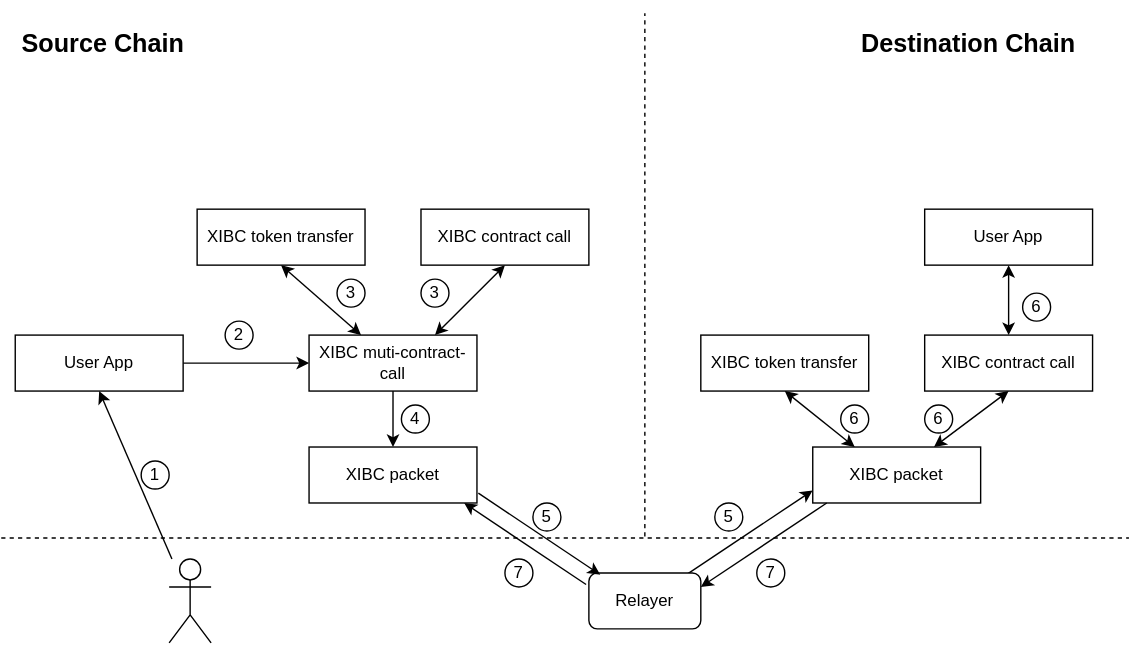
Above: intro/rcc-with-transfer.svg in teleport-network/teleport-documents (draw.io), before the change. Source tidied: cells renumbered, new cells last; positions are measured from the earlier drawing's top-left corner, leaving out a move shared by most shapes.
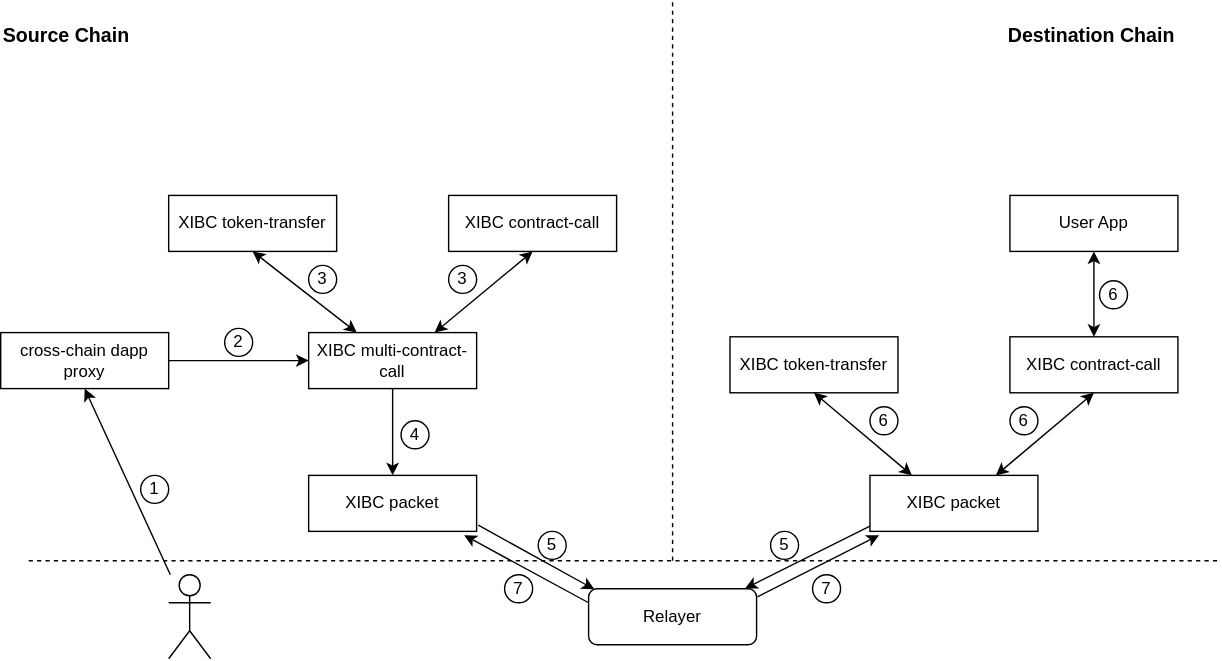
The same diagram one commit later.

Change to the diagram source:
```diff
@@ -2,140 +2,128 @@
   <root>
     <mxCell id="0" />
     <mxCell id="1" parent="0" />
-    <mxCell id="2" style="endArrow=none;dashed=1;html=1;" parent="1" edge="1">
-      <mxGeometry relative="1" as="geometry">
-        <mxPoint y="375" as="sourcePoint" />
-        <mxPoint x="806" y="375" as="targetPoint" />
-      </mxGeometry>
+    <mxCell id="2" value="cross-chain dapp proxy" style="rounded=0;whiteSpace=wrap;html=1;" parent="1" vertex="1">
+      <mxGeometry x="240" y="307" width="120" height="40" as="geometry" />
     </mxCell>
+    <mxCell id="41" style="edgeStyle=none;html=1;entryX=0.5;entryY=0;entryDx=0;entryDy=0;startArrow=none;startFill=0;" parent="1" edge="1" source="3" target="44">
+      <mxGeometry relative="1" as="geometry" />
+    </mxCell>
-    <mxCell id="3" style="endArrow=none;dashed=1;html=1;" parent="1" edge="1">
-      <mxGeometry relative="1" as="geometry">
-        <mxPoint x="460" y="374" as="sourcePoint" />
-        <mxPoint x="460" as="targetPoint" />
-      </mxGeometry>
+    <mxCell id="3" value="XIBC multi-contract-call" style="rounded=0;whiteSpace=wrap;html=1;" parent="1" vertex="1">
+      <mxGeometry x="460" y="307" width="120" height="40" as="geometry" />
     </mxCell>
-    <mxCell id="4" style="edgeStyle=none;html=1;" parent="1" edge="1">
-      <mxGeometry relative="1" as="geometry">
-        <mxPoint x="490" y="401" as="sourcePoint" />
-        <mxPoint x="580" y="341" as="targetPoint" />
-      </mxGeometry>
-    </mxCell>
+    <mxCell id="42" value="XIBC token-transfer" style="rounded=0;whiteSpace=wrap;html=1;" parent="1" vertex="1">
+      <mxGeometry x="360" y="209" width="120" height="40" as="geometry" />
+    </mxCell>
+    <mxCell id="43" value="XIBC contract-call" style="rounded=0;whiteSpace=wrap;html=1;" parent="1" vertex="1">
+      <mxGeometry x="560" y="209" width="120" height="40" as="geometry" />
+    </mxCell>
+    <mxCell id="44" value="XIBC packet" style="rounded=0;whiteSpace=wrap;html=1;" parent="1" vertex="1">
+      <mxGeometry x="460" y="409" width="120" height="40" as="geometry" />
+    </mxCell>
+    <mxCell id="45" style="endArrow=none;dashed=1;html=1;" parent="1" edge="1">
+      <mxGeometry relative="1" as="geometry">
+        <mxPoint x="260" y="470" as="sourcePoint" />
+        <mxPoint x="1111" y="470" as="targetPoint" />
+      </mxGeometry>
+    </mxCell>
+    <mxCell id="46" style="endArrow=none;dashed=1;html=1;" parent="1" edge="1">
+      <mxGeometry relative="1" as="geometry">
+        <mxPoint x="720" y="470" as="sourcePoint" />
+        <mxPoint x="720" y="70" as="targetPoint" />
+      </mxGeometry>
+    </mxCell>
+    <mxCell id="47" value="XIBC packet" style="rounded=0;whiteSpace=wrap;html=1;" parent="1" vertex="1">
+      <mxGeometry x="861" y="409" width="120" height="40" as="geometry" />
+    </mxCell>
+    <mxCell id="39" value="User App" style="rounded=0;whiteSpace=wrap;html=1;" parent="1" vertex="1">
+      <mxGeometry x="961" y="209" width="120" height="40" as="geometry" />
+    </mxCell>
+    <mxCell id="48" value="Relayer" style="rounded=1;whiteSpace=wrap;html=1;" parent="1" vertex="1">
+      <mxGeometry x="660" y="490" width="120" height="40" as="geometry" />
+    </mxCell>
+    <mxCell id="49" style="shape=umlActor;verticalLabelPosition=bottom;verticalAlign=top;html=1;outlineConnect=0;" parent="1" vertex="1">
+      <mxGeometry x="360" y="480" width="30" height="60" as="geometry" />
+    </mxCell>
-    <mxCell id="5" value="Relayer" style="rounded=1;whiteSpace=wrap;html=1;" parent="1" vertex="1">
-      <mxGeometry x="420" y="400" width="80" height="40" as="geometry" />
+    <mxCell id="5" style="endArrow=classic;html=1;entryX=0.5;entryY=1;entryDx=0;entryDy=0;" parent="1" edge="1" source="49" target="2">
+      <mxGeometry relative="1" as="geometry" />
     </mxCell>
-    <mxCell id="6" style="shape=umlActor;verticalLabelPosition=bottom;verticalAlign=top;html=1;outlineConnect=0;" parent="1" vertex="1">
-      <mxGeometry x="120" y="390" width="30" height="60" as="geometry" />
-    </mxCell>
-    <mxCell id="7" style="endArrow=classic;html=1;entryX=0.5;entryY=1;entryDx=0;entryDy=0;" parent="1" edge="1" source="6" target="15">
-      <mxGeometry relative="1" as="geometry" />
-    </mxCell>
+    <mxCell id="50" style="endArrow=classic;html=1;entryX=0;entryY=0.5;entryDx=0;entryDy=0;exitX=1;exitY=0.5;exitDx=0;exitDy=0;" parent="1" edge="1" source="2" target="3">
+      <mxGeometry relative="1" as="geometry" />
+    </mxCell>
+    <mxCell id="51" style="endArrow=classic;html=1;entryX=0.5;entryY=1;entryDx=0;entryDy=0;startArrow=classic;startFill=1;" parent="1" edge="1" source="3" target="42">
+      <mxGeometry relative="1" as="geometry" />
+    </mxCell>
+    <mxCell id="52" style="endArrow=classic;html=1;entryX=0.5;entryY=1;entryDx=0;entryDy=0;exitX=0.75;exitY=0;exitDx=0;exitDy=0;startArrow=classic;startFill=1;" parent="1" edge="1" source="3" target="43">
+      <mxGeometry relative="1" as="geometry" />
+    </mxCell>
+    <mxCell id="53" value="3" style="ellipse;whiteSpace=wrap;html=1;" parent="1" vertex="1">
+      <mxGeometry x="460" y="259" width="20" height="20" as="geometry" />
+    </mxCell>
+    <mxCell id="54" value="3" style="ellipse;whiteSpace=wrap;html=1;" parent="1" vertex="1">
+      <mxGeometry x="560" y="259" width="20" height="20" as="geometry" />
+    </mxCell>
+    <mxCell id="27" value="2" style="ellipse;whiteSpace=wrap;html=1;" parent="1" vertex="1">
+      <mxGeometry x="400" y="304" width="20" height="20" as="geometry" />
+    </mxCell>
     <mxCell id="8" value="1" style="ellipse;whiteSpace=wrap;html=1;" parent="1" vertex="1">
-      <mxGeometry x="100" y="320" width="20" height="20" as="geometry" />
+      <mxGeometry x="340" y="409" width="20" height="20" as="geometry" />
     </mxCell>
-    <mxCell id="9" style="edgeStyle=none;html=1;entryX=0.089;entryY=-0.043;entryDx=0;entryDy=0;exitX=1;exitY=0.75;exitDx=0;exitDy=0;entryPerimeter=0;" parent="1" edge="1">
-      <mxGeometry relative="1" as="geometry">
-        <mxPoint x="341" y="343" as="sourcePoint" />
-        <mxPoint x="428.1" y="401.3" as="targetPoint" />
-      </mxGeometry>
-    </mxCell>
-    <mxCell id="10" style="edgeStyle=none;html=1;entryX=0.5;entryY=1;entryDx=0;entryDy=0;startArrow=classic;startFill=1;" parent="1" edge="1" source="13" target="16">
-      <mxGeometry relative="1" as="geometry" />
-    </mxCell>
-    <mxCell id="11" style="edgeStyle=none;html=1;exitX=0.75;exitY=0;exitDx=0;exitDy=0;entryX=0.5;entryY=1;entryDx=0;entryDy=0;startArrow=classic;startFill=1;" parent="1" edge="1" source="13" target="17">
-      <mxGeometry relative="1" as="geometry" />
-    </mxCell>
-    <mxCell id="12" style="edgeStyle=none;html=1;exitX=0.5;exitY=1;exitDx=0;exitDy=0;entryX=0.5;entryY=0;entryDx=0;entryDy=0;" parent="1" edge="1" source="13" target="18">
-      <mxGeometry relative="1" as="geometry" />
-    </mxCell>
+    <mxCell id="30" value="4" style="ellipse;whiteSpace=wrap;html=1;" parent="1" vertex="1">
+      <mxGeometry x="526" y="370" width="20" height="20" as="geometry" />
+    </mxCell>
+    <mxCell id="55" style="edgeStyle=none;html=1;startArrow=none;startFill=0;exitX=1.01;exitY=0.889;exitDx=0;exitDy=0;exitPerimeter=0;entryX=0.034;entryY=0.01;entryDx=0;entryDy=0;entryPerimeter=0;" parent="1" edge="1" source="44" target="48">
+      <mxGeometry relative="1" as="geometry" />
+    </mxCell>
+    <mxCell id="56" style="edgeStyle=none;html=1;entryX=0.926;entryY=1.069;entryDx=0;entryDy=0;startArrow=none;startFill=0;exitX=0;exitY=0.25;exitDx=0;exitDy=0;entryPerimeter=0;" parent="1" edge="1" source="48" target="44">
+      <mxGeometry relative="1" as="geometry" />
+    </mxCell>
+    <mxCell id="57" style="edgeStyle=none;html=1;startArrow=none;startFill=0;exitX=1.005;exitY=0.143;exitDx=0;exitDy=0;exitPerimeter=0;entryX=0.055;entryY=1.069;entryDx=0;entryDy=0;entryPerimeter=0;" parent="1" edge="1" source="48" target="47">
+      <mxGeometry relative="1" as="geometry" />
+    </mxCell>
+    <mxCell id="58" style="edgeStyle=none;html=1;entryX=0.931;entryY=-0.003;entryDx=0;entryDy=0;startArrow=none;startFill=0;exitX=0;exitY=0.907;exitDx=0;exitDy=0;exitPerimeter=0;entryPerimeter=0;" parent="1" edge="1" source="47" target="48">
+      <mxGeometry relative="1" as="geometry" />
+    </mxCell>
-    <mxCell id="13" value="XIBC muti-contract-call" style="rounded=0;whiteSpace=wrap;html=1;" parent="1" vertex="1">
-      <mxGeometry x="220" y="230" width="120" height="40" as="geometry" />
+    <mxCell id="13" value="XIBC token-transfer" style="rounded=0;whiteSpace=wrap;html=1;" parent="1" vertex="1">
+      <mxGeometry x="761" y="310" width="120" height="40" as="geometry" />
     </mxCell>
-    <mxCell id="14" style="edgeStyle=none;html=1;" parent="1" edge="1" source="15" target="13">
-      <mxGeometry relative="1" as="geometry" />
-    </mxCell>
-    <mxCell id="15" value="&lt;span&gt;User App&lt;/span&gt;" style="rounded=0;whiteSpace=wrap;html=1;" parent="1" vertex="1">
-      <mxGeometry x="10" y="230" width="120" height="40" as="geometry" />
+    <mxCell id="15" value="XIBC contract-call" style="rounded=0;whiteSpace=wrap;html=1;" parent="1" vertex="1">
+      <mxGeometry x="961" y="310" width="120" height="40" as="geometry" />
     </mxCell>
-    <mxCell id="16" value="XIBC token transfer" style="rounded=0;whiteSpace=wrap;html=1;" parent="1" vertex="1">
-      <mxGeometry x="140" y="140" width="120" height="40" as="geometry" />
-    </mxCell>
-    <mxCell id="17" value="XIBC contract call" style="rounded=0;whiteSpace=wrap;html=1;" parent="1" vertex="1">
-      <mxGeometry x="300" y="140" width="120" height="40" as="geometry" />
-    </mxCell>
-    <mxCell id="18" value="XIBC packet" style="rounded=0;whiteSpace=wrap;html=1;" parent="1" vertex="1">
-      <mxGeometry x="220" y="310" width="120" height="40" as="geometry" />
-    </mxCell>
-    <mxCell id="19" value="XIBC token transfer" style="rounded=0;whiteSpace=wrap;html=1;" parent="1" vertex="1">
-      <mxGeometry x="500" y="230" width="120" height="40" as="geometry" />
-    </mxCell>
-    <mxCell id="20" style="edgeStyle=none;html=1;entryX=0.5;entryY=1;entryDx=0;entryDy=0;fontSize=18;startArrow=classic;startFill=1;endArrow=classic;endFill=1;" parent="1" edge="1" source="21" target="39">
-      <mxGeometry relative="1" as="geometry" />
-    </mxCell>
-    <mxCell id="21" value="XIBC contract call" style="rounded=0;whiteSpace=wrap;html=1;" parent="1" vertex="1">
-      <mxGeometry x="660" y="230" width="120" height="40" as="geometry" />
-    </mxCell>
-    <mxCell id="22" style="edgeStyle=none;html=1;exitX=0.25;exitY=0;exitDx=0;exitDy=0;entryX=0.5;entryY=1;entryDx=0;entryDy=0;startArrow=classic;startFill=1;" parent="1" edge="1" source="24" target="19">
-      <mxGeometry relative="1" as="geometry" />
-    </mxCell>
-    <mxCell id="23" style="edgeStyle=none;html=1;entryX=0.5;entryY=1;entryDx=0;entryDy=0;startArrow=classic;startFill=1;" parent="1" edge="1" source="24" target="21">
-      <mxGeometry relative="1" as="geometry" />
-    </mxCell>
-    <mxCell id="24" value="XIBC packet" style="rounded=0;whiteSpace=wrap;html=1;" parent="1" vertex="1">
-      <mxGeometry x="580" y="310" width="120" height="40" as="geometry" />
-    </mxCell>
-    <mxCell id="25" style="edgeStyle=none;html=1;startArrow=classic;startFill=1;endArrow=none;endFill=0;" parent="1" edge="1">
-      <mxGeometry relative="1" as="geometry">
-        <mxPoint x="500" y="410" as="sourcePoint" />
-        <mxPoint x="590" y="350" as="targetPoint" />
-      </mxGeometry>
-    </mxCell>
-    <mxCell id="26" style="edgeStyle=none;html=1;entryX=0.089;entryY=-0.043;entryDx=0;entryDy=0;exitX=1;exitY=0.75;exitDx=0;exitDy=0;entryPerimeter=0;startArrow=classic;startFill=1;endArrow=none;endFill=0;" parent="1" edge="1">
-      <mxGeometry relative="1" as="geometry">
-        <mxPoint x="330.9" y="350" as="sourcePoint" />
-        <mxPoint x="418" y="408.3" as="targetPoint" />
-      </mxGeometry>
-    </mxCell>
-    <mxCell id="27" value="2" style="ellipse;whiteSpace=wrap;html=1;" parent="1" vertex="1">
-      <mxGeometry x="160" y="220" width="20" height="20" as="geometry" />
-    </mxCell>
-    <mxCell id="28" value="3" style="ellipse;whiteSpace=wrap;html=1;" parent="1" vertex="1">
-      <mxGeometry x="240" y="190" width="20" height="20" as="geometry" />
-    </mxCell>
-    <mxCell id="29" value="3" style="ellipse;whiteSpace=wrap;html=1;" parent="1" vertex="1">
-      <mxGeometry x="300" y="190" width="20" height="20" as="geometry" />
-    </mxCell>
-    <mxCell id="30" value="4" style="ellipse;whiteSpace=wrap;html=1;" parent="1" vertex="1">
-      <mxGeometry x="286" y="280" width="20" height="20" as="geometry" />
-    </mxCell>
-    <mxCell id="31" value="5" style="ellipse;whiteSpace=wrap;html=1;" parent="1" vertex="1">
-      <mxGeometry x="380" y="350" width="20" height="20" as="geometry" />
-    </mxCell>
-    <mxCell id="32" value="5" style="ellipse;whiteSpace=wrap;html=1;" parent="1" vertex="1">
-      <mxGeometry x="510" y="350" width="20" height="20" as="geometry" />
-    </mxCell>
-    <mxCell id="33" value="6" style="ellipse;whiteSpace=wrap;html=1;" parent="1" vertex="1">
-      <mxGeometry x="600" y="280" width="20" height="20" as="geometry" />
-    </mxCell>
-    <mxCell id="34" value="6" style="ellipse;whiteSpace=wrap;html=1;" parent="1" vertex="1">
-      <mxGeometry x="660" y="280" width="20" height="20" as="geometry" />
-    </mxCell>
-    <mxCell id="35" value="7" style="ellipse;whiteSpace=wrap;html=1;" parent="1" vertex="1">
-      <mxGeometry x="540" y="390" width="20" height="20" as="geometry" />
-    </mxCell>
-    <mxCell id="36" value="7" style="ellipse;whiteSpace=wrap;html=1;" parent="1" vertex="1">
-      <mxGeometry x="360" y="390" width="20" height="20" as="geometry" />
-    </mxCell>
+    <mxCell id="59" style="endArrow=classic;html=1;entryX=0.5;entryY=1;entryDx=0;entryDy=0;exitX=0.25;exitY=0;exitDx=0;exitDy=0;startArrow=classic;startFill=1;" parent="1" edge="1" source="47" target="13">
+      <mxGeometry relative="1" as="geometry" />
+    </mxCell>
+    <mxCell id="60" style="endArrow=classic;html=1;entryX=0.5;entryY=1;entryDx=0;entryDy=0;exitX=0.75;exitY=0;exitDx=0;exitDy=0;startArrow=classic;startFill=1;" parent="1" edge="1" source="47" target="15">
+      <mxGeometry relative="1" as="geometry" />
+    </mxCell>
+    <mxCell id="61" style="endArrow=classic;html=1;entryX=0.5;entryY=1;entryDx=0;entryDy=0;exitX=0.5;exitY=0;exitDx=0;exitDy=0;startArrow=classic;startFill=1;" parent="1" edge="1" source="15" target="39">
+      <mxGeometry relative="1" as="geometry" />
+    </mxCell>
+    <mxCell id="62" value="5" style="ellipse;whiteSpace=wrap;html=1;" parent="1" vertex="1">
+      <mxGeometry x="624" y="449" width="20" height="20" as="geometry" />
+    </mxCell>
+    <mxCell id="63" value="5" style="ellipse;whiteSpace=wrap;html=1;" parent="1" vertex="1">
+      <mxGeometry x="790" y="449" width="20" height="20" as="geometry" />
+    </mxCell>
+    <mxCell id="64" value="6" style="ellipse;whiteSpace=wrap;html=1;" parent="1" vertex="1">
+      <mxGeometry x="861" y="360" width="20" height="20" as="geometry" />
+    </mxCell>
+    <mxCell id="65" value="6" style="ellipse;whiteSpace=wrap;html=1;" parent="1" vertex="1">
+      <mxGeometry x="961" y="360" width="20" height="20" as="geometry" />
+    </mxCell>
+    <mxCell id="66" value="6" style="ellipse;whiteSpace=wrap;html=1;" parent="1" vertex="1">
+      <mxGeometry x="1025" y="270" width="20" height="20" as="geometry" />
+    </mxCell>
+    <mxCell id="67" value="7" style="ellipse;whiteSpace=wrap;html=1;" parent="1" vertex="1">
+      <mxGeometry x="820" y="480" width="20" height="20" as="geometry" />
+    </mxCell>
+    <mxCell id="68" value="7" style="ellipse;whiteSpace=wrap;html=1;" parent="1" vertex="1">
+      <mxGeometry x="600" y="480" width="20" height="20" as="geometry" />
+    </mxCell>
-    <mxCell id="37" value="&lt;h1&gt;&lt;font style=&quot;font-size: 18px&quot;&gt;Source Chain&lt;/font&gt;&lt;/h1&gt;" style="text;html=1;strokeColor=none;fillColor=none;spacing=5;spacingTop=-20;whiteSpace=wrap;overflow=hidden;rounded=0;" parent="1" vertex="1">
-      <mxGeometry x="10" width="130" height="50" as="geometry" />
+    <mxCell id="37" value="&lt;font style=&quot;font-size: 14px&quot;&gt;&lt;b&gt;Source Chain&lt;/b&gt;&lt;/font&gt;" style="text;html=1;strokeColor=none;fillColor=none;align=left;verticalAlign=middle;whiteSpace=wrap;rounded=0;" parent="1" vertex="1">
+      <mxGeometry x="240" y="80" width="100" height="30" as="geometry" />
     </mxCell>
-    <mxCell id="38" value="&lt;h1&gt;&lt;font style=&quot;font-size: 18px&quot;&gt;Destination Chain&lt;/font&gt;&lt;/h1&gt;" style="text;html=1;strokeColor=none;fillColor=none;spacing=5;spacingTop=-20;whiteSpace=wrap;overflow=hidden;rounded=0;" parent="1" vertex="1">
-      <mxGeometry x="610" width="170" height="50" as="geometry" />
+    <mxCell id="38" value="&lt;font style=&quot;font-size: 14px&quot;&gt;&lt;b&gt;Destination Chain&lt;/b&gt;&lt;/font&gt;" style="text;html=1;strokeColor=none;fillColor=none;align=right;verticalAlign=middle;whiteSpace=wrap;rounded=0;" parent="1" vertex="1">
+      <mxGeometry x="952" y="80" width="129" height="30" as="geometry" />
     </mxCell>
-    <mxCell id="39" value="&lt;span&gt;User App&lt;/span&gt;" style="rounded=0;whiteSpace=wrap;html=1;" parent="1" vertex="1">
-      <mxGeometry x="660" y="140" width="120" height="40" as="geometry" />
-    </mxCell>
-    <mxCell id="40" value="6" style="ellipse;whiteSpace=wrap;html=1;" parent="1" vertex="1">
-      <mxGeometry x="730" y="200" width="20" height="20" as="geometry" />
-    </mxCell>
   </root>
 </mxGraphModel>
```
